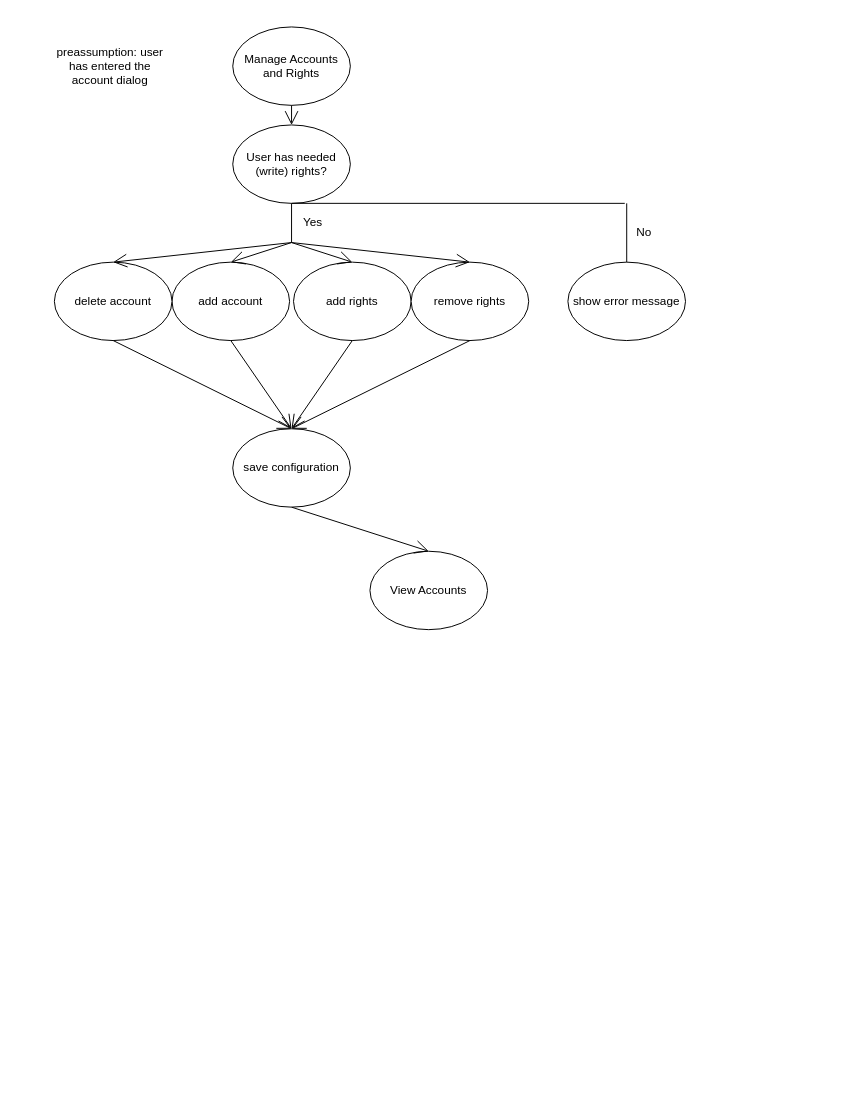
The draw.io diagram ManageAccountsAndRights_ActivityDiagram.drawio in mymanu/Camera-Observation-Tool-Documentation, before the edit. Source tidied: cells renumbered, new cells numbered last; positions are measured from the earlier drawing's top-left corner, leaving out a move shared by most shapes. Both pictures are drawn from the tidied source at 98%, with x=0, y=0 at pixel (46, 26).
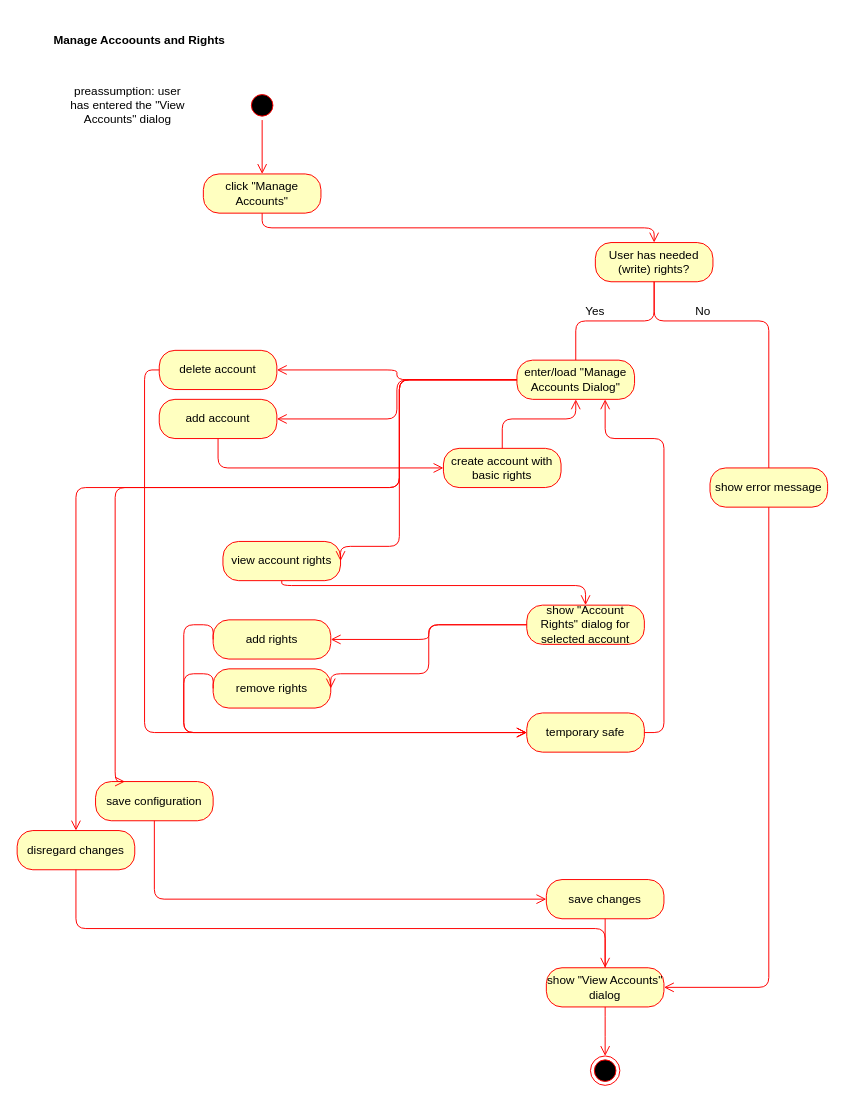
After the change.

What changed in the source:
```diff
@@
-    <mxCell id="2" value="Manage Accounts and Rights" style="ellipse;whiteSpace=wrap;html=1;" parent="1" vertex="1">
-      <mxGeometry x="190" width="120" height="80" as="geometry" />
-    </mxCell>
+    <mxCell id="11" value="Yes" style="text;html=1;strokeColor=none;fillColor=none;align=center;verticalAlign=middle;whiteSpace=wrap;rounded=0;" parent="1" vertex="1">
+      <mxGeometry x="540" y="280" width="40" height="20" as="geometry" />
+    </mxCell>
+    <mxCell id="13" value="No" style="text;html=1;strokeColor=none;fillColor=none;align=center;verticalAlign=middle;whiteSpace=wrap;rounded=0;" parent="1" vertex="1">
+      <mxGeometry x="650" y="280" width="40" height="20" as="geometry" />
+    </mxCell>
+    <mxCell id="16" value="preassumption: user has entered the &quot;View Accounts&quot; dialog" style="text;html=1;strokeColor=none;fillColor=none;align=center;verticalAlign=middle;whiteSpace=wrap;rounded=0;" parent="1" vertex="1">
+      <mxGeometry x="18" y="70" width="130" height="20" as="geometry" />
+    </mxCell>
+    <mxCell id="9" value="User has needed (write) rights?" style="rounded=1;whiteSpace=wrap;html=1;arcSize=40;fontColor=#000000;fillColor=#ffffc0;strokeColor=#ff0000;" parent="1" vertex="1">
+      <mxGeometry x="560" y="220" width="120" height="40" as="geometry" />
+    </mxCell>
+    <mxCell id="27" style="ellipse;html=1;shape=startState;fillColor=#000000;strokeColor=#ff0000;" parent="1" vertex="1">
+      <mxGeometry x="205" y="65" width="30" height="30" as="geometry" />
+    </mxCell>
+    <mxCell id="28" style="edgeStyle=orthogonalEdgeStyle;html=1;verticalAlign=bottom;endArrow=open;endSize=8;strokeColor=#ff0000;entryX=0.5;entryY=0;entryDx=0;entryDy=0;" parent="1" edge="1" source="27" target="33">
+      <mxGeometry relative="1" as="geometry" />
+    </mxCell>
+    <mxCell id="29" value="Manage Accoounts and Rights" style="text;align=center;fontStyle=1;verticalAlign=middle;spacingLeft=3;spacingRight=3;strokeColor=none;" parent="1" vertex="1">
+      <mxGeometry x="-30" y="-10" width="250" height="46" as="geometry" />
+    </mxCell>
+    <mxCell id="30" style="ellipse;html=1;shape=endState;fillColor=#000000;strokeColor=#ff0000;" parent="1" vertex="1">
+      <mxGeometry x="555" y="1050" width="30" height="30" as="geometry" />
+    </mxCell>
+    <mxCell id="31" style="endArrow=none;html=1;edgeStyle=orthogonalEdgeStyle;strokeColor=#FF0000;entryX=0.5;entryY=1;entryDx=0;entryDy=0;exitX=0.5;exitY=0;exitDx=0;exitDy=0;" parent="1" edge="1" source="35" target="9">
+      <mxGeometry relative="1" as="geometry" />
+    </mxCell>
+    <mxCell id="32" style="endArrow=none;html=1;edgeStyle=orthogonalEdgeStyle;strokeColor=#FF0000;entryX=0.5;entryY=1;entryDx=0;entryDy=0;exitX=0.5;exitY=0;exitDx=0;exitDy=0;" parent="1" edge="1" source="8" target="9">
+      <mxGeometry relative="1" as="geometry">
+        <Array as="points">
+          <mxPoint x="737" y="300" />
+          <mxPoint x="620" y="300" />
+        </Array>
+      </mxGeometry>
+    </mxCell>
+    <mxCell id="33" value="click &quot;Manage Accounts&quot;" style="rounded=1;whiteSpace=wrap;html=1;arcSize=40;fontColor=#000000;fillColor=#ffffc0;strokeColor=#ff0000;" parent="1" vertex="1">
+      <mxGeometry x="160" y="150" width="120" height="40" as="geometry" />
+    </mxCell>
+    <mxCell id="34" style="edgeStyle=orthogonalEdgeStyle;html=1;verticalAlign=bottom;endArrow=open;endSize=8;strokeColor=#ff0000;entryX=0.5;entryY=0;entryDx=0;entryDy=0;exitX=0.5;exitY=1;exitDx=0;exitDy=0;" parent="1" edge="1" source="33" target="9">
+      <mxGeometry relative="1" as="geometry" />
+    </mxCell>
+    <mxCell id="8" value="show error message" style="rounded=1;whiteSpace=wrap;html=1;arcSize=40;fontColor=#000000;fillColor=#ffffc0;strokeColor=#ff0000;" parent="1" vertex="1">
+      <mxGeometry x="677" y="450" width="120" height="40" as="geometry" />
+    </mxCell>
+    <mxCell id="35" value="enter/load &quot;Manage Accounts Dialog&quot;" style="rounded=1;whiteSpace=wrap;html=1;arcSize=40;fontColor=#000000;fillColor=#ffffc0;strokeColor=#ff0000;" parent="1" vertex="1">
+      <mxGeometry x="480" y="340" width="120" height="40" as="geometry" />
+    </mxCell>
+    <mxCell id="5" value="delete account" style="rounded=1;whiteSpace=wrap;html=1;arcSize=40;fontColor=#000000;fillColor=#ffffc0;strokeColor=#ff0000;" parent="1" vertex="1">
+      <mxGeometry x="115" y="330" width="120" height="40" as="geometry" />
+    </mxCell>
-    <mxCell id="3" value="add account" style="ellipse;whiteSpace=wrap;html=1;" parent="1" vertex="1">
-      <mxGeometry x="128" y="240" width="120" height="80" as="geometry" />
+    <mxCell id="3" value="add account" style="rounded=1;whiteSpace=wrap;html=1;arcSize=40;fontColor=#000000;fillColor=#ffffc0;strokeColor=#ff0000;" parent="1" vertex="1">
+      <mxGeometry x="115" y="380" width="120" height="40" as="geometry" />
     </mxCell>
-    <mxCell id="4" value="add rights" style="ellipse;whiteSpace=wrap;html=1;" parent="1" vertex="1">
-      <mxGeometry x="252" y="240" width="120" height="80" as="geometry" />
+    <mxCell id="4" value="add rights" style="rounded=1;whiteSpace=wrap;html=1;arcSize=40;fontColor=#000000;fillColor=#ffffc0;strokeColor=#ff0000;" parent="1" vertex="1">
+      <mxGeometry x="170" y="605" width="120" height="40" as="geometry" />
     </mxCell>
-    <mxCell id="5" value="delete account" style="ellipse;whiteSpace=wrap;html=1;" parent="1" vertex="1">
-      <mxGeometry x="8" y="240" width="120" height="80" as="geometry" />
-    </mxCell>
+    <mxCell id="7" value="remove rights" style="rounded=1;whiteSpace=wrap;html=1;arcSize=40;fontColor=#000000;fillColor=#ffffc0;strokeColor=#ff0000;" parent="1" vertex="1">
+      <mxGeometry x="170" y="655" width="120" height="40" as="geometry" />
+    </mxCell>
-    <mxCell id="6" value="save configuration" style="ellipse;whiteSpace=wrap;html=1;" parent="1" vertex="1">
-      <mxGeometry x="190" y="410" width="120" height="80" as="geometry" />
+    <mxCell id="6" value="save configuration" style="rounded=1;whiteSpace=wrap;html=1;arcSize=40;fontColor=#000000;fillColor=#ffffc0;strokeColor=#ff0000;" parent="1" vertex="1">
+      <mxGeometry x="50" y="770" width="120" height="40" as="geometry" />
     </mxCell>
-    <mxCell id="7" value="remove rights" style="ellipse;whiteSpace=wrap;html=1;" parent="1" vertex="1">
-      <mxGeometry x="372" y="240" width="120" height="80" as="geometry" />
-    </mxCell>
-    <mxCell id="8" value="show error message" style="ellipse;whiteSpace=wrap;html=1;" parent="1" vertex="1">
-      <mxGeometry x="532" y="240" width="120" height="80" as="geometry" />
-    </mxCell>
-    <mxCell id="9" value="User has needed (write) rights?" style="ellipse;whiteSpace=wrap;html=1;" parent="1" vertex="1">
-      <mxGeometry x="190" y="100" width="120" height="80" as="geometry" />
-    </mxCell>
-    <mxCell id="10" style="endArrow=none;html=1;exitX=0.5;exitY=1;exitDx=0;exitDy=0;" parent="1" edge="1" source="9">
-      <mxGeometry relative="1" as="geometry">
-        <mxPoint x="250" y="220" as="targetPoint" />
-      </mxGeometry>
-    </mxCell>
-    <mxCell id="11" value="Yes" style="text;html=1;strokeColor=none;fillColor=none;align=center;verticalAlign=middle;whiteSpace=wrap;rounded=0;" parent="1" vertex="1">
-      <mxGeometry x="252" y="190" width="40" height="20" as="geometry" />
-    </mxCell>
-    <mxCell id="12" value="View Accounts" style="ellipse;whiteSpace=wrap;html=1;" parent="1" vertex="1">
-      <mxGeometry x="330" y="535" width="120" height="80" as="geometry" />
-    </mxCell>
-    <mxCell id="13" value="No" style="text;html=1;strokeColor=none;fillColor=none;align=center;verticalAlign=middle;whiteSpace=wrap;rounded=0;" parent="1" vertex="1">
-      <mxGeometry x="590" y="200" width="40" height="20" as="geometry" />
-    </mxCell>
-    <mxCell id="14" style="endArrow=none;html=1;exitX=0.5;exitY=1;exitDx=0;exitDy=0;" parent="1" edge="1" source="9">
-      <mxGeometry relative="1" as="geometry">
-        <mxPoint x="590" y="180" as="targetPoint" />
-      </mxGeometry>
-    </mxCell>
-    <mxCell id="15" style="endArrow=none;html=1;entryX=0.5;entryY=0;entryDx=0;entryDy=0;" parent="1" edge="1" target="8">
-      <mxGeometry relative="1" as="geometry">
-        <mxPoint x="592" y="180" as="sourcePoint" />
-      </mxGeometry>
-    </mxCell>
-    <mxCell id="16" value="preassumption: user has entered the account dialog" style="text;html=1;strokeColor=none;fillColor=none;align=center;verticalAlign=middle;whiteSpace=wrap;rounded=0;" parent="1" vertex="1">
-      <mxGeometry y="30" width="130" height="20" as="geometry" />
-    </mxCell>
-    <mxCell id="17" style="endArrow=open;endFill=1;endSize=12;html=1;exitX=0.5;exitY=1;exitDx=0;exitDy=0;entryX=0.5;entryY=0;entryDx=0;entryDy=0;" parent="1" edge="1" source="2" target="9">
-      <mxGeometry relative="1" as="geometry" />
-    </mxCell>
-    <mxCell id="18" style="endArrow=open;endFill=1;endSize=12;html=1;entryX=0.5;entryY=0;entryDx=0;entryDy=0;" parent="1" edge="1" target="5">
-      <mxGeometry relative="1" as="geometry">
-        <mxPoint x="250" y="220" as="sourcePoint" />
-      </mxGeometry>
-    </mxCell>
-    <mxCell id="19" style="endArrow=open;endFill=1;endSize=12;html=1;entryX=0.5;entryY=0;entryDx=0;entryDy=0;" parent="1" edge="1" target="3">
-      <mxGeometry relative="1" as="geometry">
-        <mxPoint x="250" y="220" as="sourcePoint" />
-      </mxGeometry>
-    </mxCell>
-    <mxCell id="20" style="endArrow=open;endFill=1;endSize=12;html=1;entryX=0.5;entryY=0;entryDx=0;entryDy=0;" parent="1" edge="1" target="4">
-      <mxGeometry relative="1" as="geometry">
-        <mxPoint x="250" y="220" as="sourcePoint" />
-      </mxGeometry>
-    </mxCell>
-    <mxCell id="21" style="endArrow=open;endFill=1;endSize=12;html=1;entryX=0.5;entryY=0;entryDx=0;entryDy=0;" parent="1" edge="1" target="7">
-      <mxGeometry relative="1" as="geometry">
-        <mxPoint x="250" y="220" as="sourcePoint" />
-      </mxGeometry>
-    </mxCell>
-    <mxCell id="22" style="endArrow=open;endFill=1;endSize=12;html=1;entryX=0.5;entryY=0;entryDx=0;entryDy=0;exitX=0.5;exitY=1;exitDx=0;exitDy=0;" parent="1" edge="1" source="5" target="6">
-      <mxGeometry relative="1" as="geometry" />
-    </mxCell>
-    <mxCell id="23" style="endArrow=open;endFill=1;endSize=12;html=1;exitX=0.5;exitY=1;exitDx=0;exitDy=0;" parent="1" edge="1" source="3">
-      <mxGeometry relative="1" as="geometry">
-        <mxPoint x="250" y="410" as="targetPoint" />
-      </mxGeometry>
-    </mxCell>
-    <mxCell id="24" style="endArrow=open;endFill=1;endSize=12;html=1;exitX=0.5;exitY=1;exitDx=0;exitDy=0;" parent="1" edge="1" source="4">
-      <mxGeometry relative="1" as="geometry">
-        <mxPoint x="250" y="410" as="targetPoint" />
-      </mxGeometry>
-    </mxCell>
-    <mxCell id="25" style="endArrow=open;endFill=1;endSize=12;html=1;exitX=0.5;exitY=1;exitDx=0;exitDy=0;" parent="1" edge="1" source="7">
-      <mxGeometry relative="1" as="geometry">
-        <mxPoint x="250" y="410" as="targetPoint" />
-      </mxGeometry>
-    </mxCell>
-    <mxCell id="26" style="endArrow=open;endFill=1;endSize=12;html=1;entryX=0.5;entryY=0;entryDx=0;entryDy=0;exitX=0.5;exitY=1;exitDx=0;exitDy=0;" parent="1" edge="1" source="6" target="12">
-      <mxGeometry relative="1" as="geometry" />
-    </mxCell>
+    <mxCell id="36" value="view account rights" style="rounded=1;whiteSpace=wrap;html=1;arcSize=40;fontColor=#000000;fillColor=#ffffc0;strokeColor=#ff0000;" parent="1" vertex="1">
+      <mxGeometry x="180" y="525" width="120" height="40" as="geometry" />
+    </mxCell>
+    <mxCell id="37" value="show &quot;Account Rights&quot; dialog for selected account" style="rounded=1;whiteSpace=wrap;html=1;arcSize=40;fontColor=#000000;fillColor=#ffffc0;strokeColor=#ff0000;" parent="1" vertex="1">
+      <mxGeometry x="490" y="590" width="120" height="40" as="geometry" />
+    </mxCell>
+    <mxCell id="38" style="edgeStyle=orthogonalEdgeStyle;html=1;verticalAlign=bottom;endArrow=open;endSize=8;strokeColor=#ff0000;entryX=1;entryY=0.5;entryDx=0;entryDy=0;exitX=0;exitY=0.5;exitDx=0;exitDy=0;" parent="1" edge="1" source="35" target="5">
+      <mxGeometry relative="1" as="geometry" />
+    </mxCell>
+    <mxCell id="39" style="edgeStyle=orthogonalEdgeStyle;html=1;verticalAlign=bottom;endArrow=open;endSize=8;strokeColor=#ff0000;entryX=1;entryY=0.5;entryDx=0;entryDy=0;exitX=0;exitY=0.5;exitDx=0;exitDy=0;" parent="1" edge="1" source="35" target="3">
+      <mxGeometry relative="1" as="geometry" />
+    </mxCell>
+    <mxCell id="40" style="edgeStyle=orthogonalEdgeStyle;html=1;verticalAlign=bottom;endArrow=open;endSize=8;strokeColor=#ff0000;entryX=1;entryY=0.5;entryDx=0;entryDy=0;exitX=0;exitY=0.5;exitDx=0;exitDy=0;" parent="1" edge="1" source="35" target="36">
+      <mxGeometry relative="1" as="geometry">
+        <Array as="points">
+          <mxPoint x="360" y="360" />
+          <mxPoint x="360" y="530" />
+        </Array>
+      </mxGeometry>
+    </mxCell>
+    <mxCell id="41" style="edgeStyle=orthogonalEdgeStyle;html=1;verticalAlign=bottom;endArrow=open;endSize=8;strokeColor=#ff0000;entryX=0.5;entryY=0;entryDx=0;entryDy=0;exitX=0.5;exitY=1;exitDx=0;exitDy=0;" parent="1" edge="1" source="36" target="37">
+      <mxGeometry relative="1" as="geometry">
+        <Array as="points">
+          <mxPoint x="240" y="570" />
+          <mxPoint x="550" y="570" />
+        </Array>
+      </mxGeometry>
+    </mxCell>
+    <mxCell id="42" style="edgeStyle=orthogonalEdgeStyle;html=1;verticalAlign=bottom;endArrow=open;endSize=8;strokeColor=#ff0000;exitX=0;exitY=0.5;exitDx=0;exitDy=0;entryX=1;entryY=0.5;entryDx=0;entryDy=0;" parent="1" edge="1" source="37" target="4">
+      <mxGeometry relative="1" as="geometry" />
+    </mxCell>
+    <mxCell id="43" style="edgeStyle=orthogonalEdgeStyle;html=1;verticalAlign=bottom;endArrow=open;endSize=8;strokeColor=#ff0000;entryX=1;entryY=0.5;entryDx=0;entryDy=0;exitX=0;exitY=0.5;exitDx=0;exitDy=0;" parent="1" edge="1" source="37" target="7">
+      <mxGeometry relative="1" as="geometry">
+        <Array as="points">
+          <mxPoint x="390" y="610" />
+          <mxPoint x="390" y="660" />
+        </Array>
+      </mxGeometry>
+    </mxCell>
+    <mxCell id="44" style="edgeStyle=orthogonalEdgeStyle;html=1;verticalAlign=bottom;endArrow=open;endSize=8;strokeColor=#ff0000;exitX=0.5;exitY=1;exitDx=0;exitDy=0;entryX=0;entryY=0.5;entryDx=0;entryDy=0;" parent="1" edge="1" source="3" target="45">
+      <mxGeometry relative="1" as="geometry">
+        <Array as="points">
+          <mxPoint x="175" y="450" />
+        </Array>
+      </mxGeometry>
+    </mxCell>
+    <mxCell id="45" value="create account with basic rights" style="rounded=1;whiteSpace=wrap;html=1;arcSize=40;fontColor=#000000;fillColor=#ffffc0;strokeColor=#ff0000;" parent="1" vertex="1">
+      <mxGeometry x="405" y="430" width="120" height="40" as="geometry" />
+    </mxCell>
+    <mxCell id="46" style="edgeStyle=orthogonalEdgeStyle;html=1;verticalAlign=bottom;endArrow=open;endSize=8;strokeColor=#ff0000;entryX=0.5;entryY=1;entryDx=0;entryDy=0;exitX=0.5;exitY=0;exitDx=0;exitDy=0;" parent="1" edge="1" source="45" target="35">
+      <mxGeometry relative="1" as="geometry">
+        <Array as="points">
+          <mxPoint x="465" y="400" />
+          <mxPoint x="540" y="400" />
+        </Array>
+      </mxGeometry>
+    </mxCell>
+    <mxCell id="47" style="edgeStyle=orthogonalEdgeStyle;html=1;verticalAlign=bottom;endArrow=open;endSize=8;strokeColor=#ff0000;exitX=0;exitY=0.5;exitDx=0;exitDy=0;entryX=0;entryY=0.5;entryDx=0;entryDy=0;" parent="1" edge="1" source="4" target="48">
+      <mxGeometry relative="1" as="geometry">
+        <Array as="points">
+          <mxPoint x="140" y="610" />
+          <mxPoint x="140" y="720" />
+        </Array>
+      </mxGeometry>
+    </mxCell>
+    <mxCell id="48" value="temporary safe" style="rounded=1;whiteSpace=wrap;html=1;arcSize=40;fontColor=#000000;fillColor=#ffffc0;strokeColor=#ff0000;" parent="1" vertex="1">
+      <mxGeometry x="490" y="700" width="120" height="40" as="geometry" />
+    </mxCell>
+    <mxCell id="49" style="edgeStyle=orthogonalEdgeStyle;html=1;verticalAlign=bottom;endArrow=open;endSize=8;strokeColor=#ff0000;exitX=1;exitY=0.5;exitDx=0;exitDy=0;entryX=0.75;entryY=1;entryDx=0;entryDy=0;" parent="1" edge="1" source="48" target="35">
+      <mxGeometry relative="1" as="geometry">
+        <Array as="points">
+          <mxPoint x="630" y="720" />
+          <mxPoint x="630" y="420" />
+          <mxPoint x="570" y="420" />
+        </Array>
+      </mxGeometry>
+    </mxCell>
+    <mxCell id="50" value="save changes" style="rounded=1;whiteSpace=wrap;html=1;arcSize=40;fontColor=#000000;fillColor=#ffffc0;strokeColor=#ff0000;" parent="1" vertex="1">
+      <mxGeometry x="510" y="870" width="120" height="40" as="geometry" />
+    </mxCell>
+    <mxCell id="51" style="edgeStyle=orthogonalEdgeStyle;html=1;verticalAlign=bottom;endArrow=open;endSize=8;strokeColor=#ff0000;exitX=0;exitY=0.5;exitDx=0;exitDy=0;entryX=0;entryY=0.5;entryDx=0;entryDy=0;" parent="1" edge="1" source="7" target="48">
+      <mxGeometry relative="1" as="geometry">
+        <Array as="points">
+          <mxPoint x="140" y="660" />
+          <mxPoint x="140" y="720" />
+        </Array>
+      </mxGeometry>
+    </mxCell>
+    <mxCell id="52" style="edgeStyle=orthogonalEdgeStyle;html=1;verticalAlign=bottom;endArrow=open;endSize=8;strokeColor=#ff0000;exitX=0;exitY=0.5;exitDx=0;exitDy=0;entryX=0.25;entryY=0;entryDx=0;entryDy=0;" parent="1" edge="1" source="35" target="6">
+      <mxGeometry relative="1" as="geometry">
+        <Array as="points">
+          <mxPoint x="360" y="360" />
+          <mxPoint x="360" y="470" />
+          <mxPoint x="70" y="470" />
+          <mxPoint x="70" y="770" />
+        </Array>
+      </mxGeometry>
+    </mxCell>
+    <mxCell id="53" style="edgeStyle=orthogonalEdgeStyle;html=1;verticalAlign=bottom;endArrow=open;endSize=8;strokeColor=#ff0000;exitX=0.5;exitY=1;exitDx=0;exitDy=0;entryX=0;entryY=0.5;entryDx=0;entryDy=0;" parent="1" edge="1" source="6" target="50">
+      <mxGeometry relative="1" as="geometry">
+        <Array as="points">
+          <mxPoint x="110" y="890" />
+        </Array>
+      </mxGeometry>
+    </mxCell>
+    <mxCell id="54" style="edgeStyle=orthogonalEdgeStyle;html=1;verticalAlign=bottom;endArrow=open;endSize=8;strokeColor=#ff0000;exitX=0.5;exitY=1;exitDx=0;exitDy=0;entryX=0.5;entryY=0;entryDx=0;entryDy=0;" parent="1" edge="1" source="50" target="56">
+      <mxGeometry relative="1" as="geometry">
+        <Array as="points">
+          <mxPoint x="570" y="980" />
+        </Array>
+      </mxGeometry>
+    </mxCell>
+    <mxCell id="55" style="edgeStyle=orthogonalEdgeStyle;html=1;verticalAlign=bottom;endArrow=open;endSize=8;strokeColor=#ff0000;exitX=0;exitY=0.5;exitDx=0;exitDy=0;entryX=0;entryY=0.5;entryDx=0;entryDy=0;" parent="1" edge="1" source="5" target="48">
+      <mxGeometry relative="1" as="geometry">
+        <Array as="points">
+          <mxPoint x="100" y="350" />
+          <mxPoint x="100" y="720" />
+        </Array>
+      </mxGeometry>
+    </mxCell>
+    <mxCell id="56" value="show &quot;View Accounts&quot; dialog" style="rounded=1;whiteSpace=wrap;html=1;arcSize=40;fontColor=#000000;fillColor=#ffffc0;strokeColor=#ff0000;" parent="1" vertex="1">
+      <mxGeometry x="510" y="960" width="120" height="40" as="geometry" />
+    </mxCell>
+    <mxCell id="57" value="disregard changes" style="rounded=1;whiteSpace=wrap;html=1;arcSize=40;fontColor=#000000;fillColor=#ffffc0;strokeColor=#ff0000;" parent="1" vertex="1">
+      <mxGeometry x="-30" y="820" width="120" height="40" as="geometry" />
+    </mxCell>
+    <mxCell id="58" style="edgeStyle=orthogonalEdgeStyle;html=1;verticalAlign=bottom;endArrow=open;endSize=8;strokeColor=#ff0000;exitX=0;exitY=0.5;exitDx=0;exitDy=0;entryX=0.5;entryY=0;entryDx=0;entryDy=0;" parent="1" edge="1" source="35" target="57">
+      <mxGeometry relative="1" as="geometry">
+        <Array as="points">
+          <mxPoint x="360" y="360" />
+          <mxPoint x="360" y="470" />
+          <mxPoint x="30" y="470" />
+        </Array>
+      </mxGeometry>
+    </mxCell>
+    <mxCell id="59" style="edgeStyle=orthogonalEdgeStyle;html=1;verticalAlign=bottom;endArrow=open;endSize=8;strokeColor=#ff0000;exitX=0.5;exitY=1;exitDx=0;exitDy=0;entryX=0.5;entryY=0;entryDx=0;entryDy=0;" parent="1" edge="1" source="57" target="56">
+      <mxGeometry relative="1" as="geometry">
+        <Array as="points">
+          <mxPoint x="30" y="920" />
+          <mxPoint x="570" y="920" />
+        </Array>
+      </mxGeometry>
+    </mxCell>
+    <mxCell id="60" style="edgeStyle=orthogonalEdgeStyle;html=1;verticalAlign=bottom;endArrow=open;endSize=8;strokeColor=#ff0000;exitX=0.5;exitY=1;exitDx=0;exitDy=0;entryX=0.5;entryY=0;entryDx=0;entryDy=0;" parent="1" edge="1" source="56" target="30">
+      <mxGeometry relative="1" as="geometry">
+        <Array as="points">
+          <mxPoint x="570" y="1020" />
+          <mxPoint x="570" y="1020" />
+        </Array>
+      </mxGeometry>
+    </mxCell>
+    <mxCell id="61" style="edgeStyle=orthogonalEdgeStyle;html=1;verticalAlign=bottom;endArrow=open;endSize=8;strokeColor=#ff0000;exitX=0.5;exitY=1;exitDx=0;exitDy=0;entryX=1;entryY=0.5;entryDx=0;entryDy=0;" parent="1" edge="1" source="8" target="56">
+      <mxGeometry relative="1" as="geometry">
+        <Array as="points">
+          <mxPoint x="737" y="980" />
+        </Array>
+      </mxGeometry>
+    </mxCell>
```
